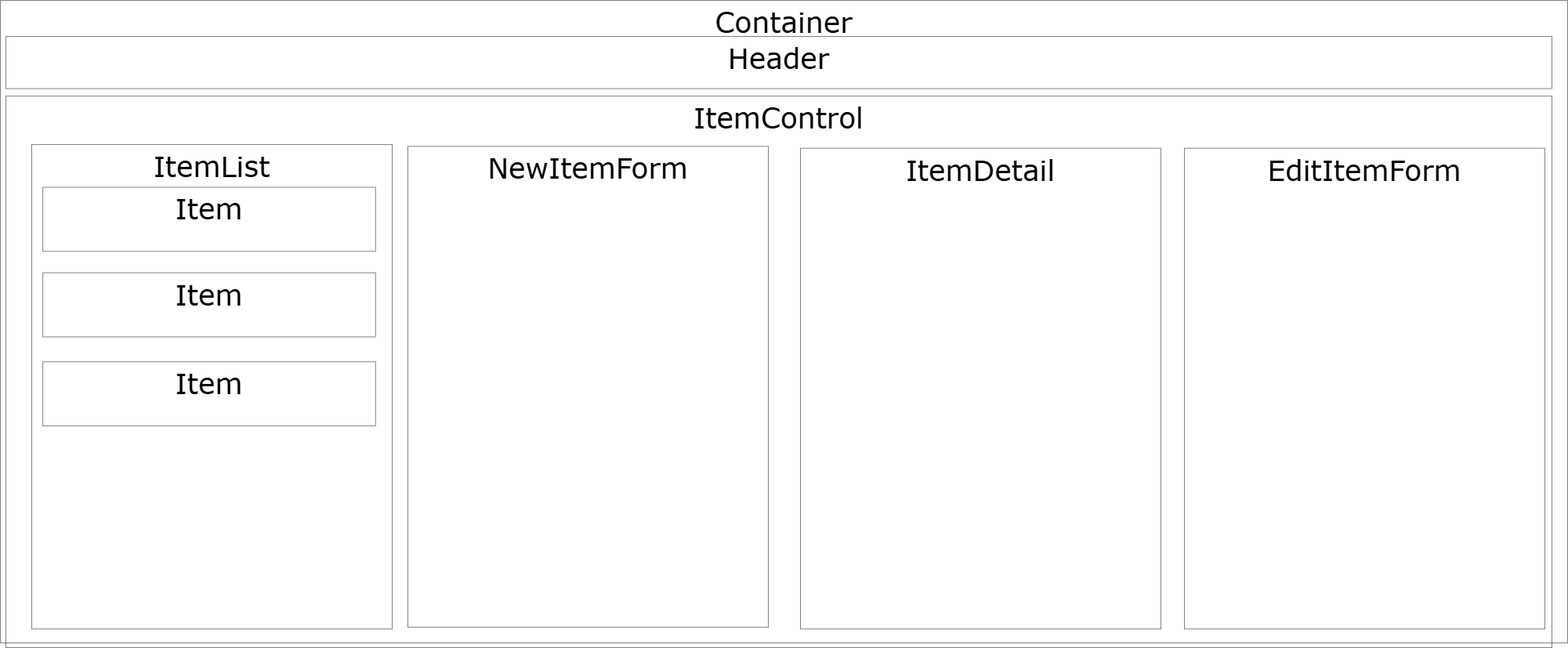
Earlier version of the draw.io export component-diagram.png (Hoomee90/merch-site). Source tidied: cells renumbered, new cells last; positions are measured from the earlier drawing's top-left corner, leaving out a move shared by most shapes. Source of this version:
```xml
<mxGraphModel background="#ffffff">
  <root>
    <mxCell id="0" />
    <mxCell id="1" parent="0" />
    <mxCell id="2" value="Header" style="rounded=0;whiteSpace=wrap;html=1;verticalAlign=top;fontSize=36;fontStyle=0;fontFamily=Verdana;horizontal=1;fillColor=default;opacity=50;" parent="1" vertex="1">
      <mxGeometry x="7" y="46" width="1973" height="66.6" as="geometry" />
    </mxCell>
    <mxCell id="3" value="ItemControl" style="rounded=0;whiteSpace=wrap;html=1;opacity=50;strokeColor=default;align=center;verticalAlign=top;fontFamily=Verdana;fontSize=36;fontColor=default;fontStyle=0;fillColor=default;" parent="1" vertex="1">
      <mxGeometry x="7" y="122.1" width="1973" height="703.9" as="geometry" />
    </mxCell>
    <mxCell id="4" style="group;" parent="1" vertex="1">
      <mxGeometry x="40" y="183.9" width="460" height="618.3" as="geometry" />
    </mxCell>
    <mxCell id="5" value="ItemList" style="rounded=0;whiteSpace=wrap;html=1;opacity=50;strokeColor=default;align=center;verticalAlign=top;fontFamily=Verdana;fontSize=36;fontColor=default;fontStyle=0;fillColor=default;" parent="4" vertex="1">
      <mxGeometry width="460" height="618.3" as="geometry" />
    </mxCell>
    <mxCell id="6" value="Item" style="rounded=0;whiteSpace=wrap;html=1;opacity=50;strokeColor=default;align=center;verticalAlign=top;fontFamily=Verdana;fontSize=36;fontColor=default;fontStyle=0;fillColor=default;" parent="4" vertex="1">
      <mxGeometry x="14.2" y="54.6" width="424.6" height="81.8" as="geometry" />
    </mxCell>
    <mxCell id="7" value="Item" style="rounded=0;whiteSpace=wrap;html=1;opacity=50;strokeColor=default;align=center;verticalAlign=top;fontFamily=Verdana;fontSize=36;fontColor=default;fontStyle=0;fillColor=default;" parent="4" vertex="1">
      <mxGeometry x="14.2" y="163.7" width="424.6" height="81.8" as="geometry" />
    </mxCell>
    <mxCell id="8" value="Item" style="rounded=0;whiteSpace=wrap;html=1;opacity=50;strokeColor=default;align=center;verticalAlign=top;fontFamily=Verdana;fontSize=36;fontColor=default;fontStyle=0;fillColor=default;" parent="4" vertex="1">
      <mxGeometry x="14.2" y="277.3" width="424.6" height="81.8" as="geometry" />
    </mxCell>
    <mxCell id="9" style="group;" parent="1" vertex="1">
      <mxGeometry x="1021" y="188.7" width="460" height="613.5" as="geometry" />
    </mxCell>
    <mxCell id="10" value="ItemDetail" style="rounded=0;whiteSpace=wrap;html=1;opacity=50;strokeColor=default;align=center;verticalAlign=top;fontFamily=Verdana;fontSize=36;fontColor=default;fontStyle=0;fillColor=default;" parent="9" vertex="1">
      <mxGeometry width="460" height="613.5" as="geometry" />
    </mxCell>
    <mxCell id="11" style="group;" parent="1" vertex="1">
      <mxGeometry x="1511" y="188.7" width="460" height="613.5" as="geometry" />
    </mxCell>
    <mxCell id="12" value="EditItemForm" style="rounded=0;whiteSpace=wrap;html=1;opacity=50;strokeColor=default;align=center;verticalAlign=top;fontFamily=Verdana;fontSize=36;fontColor=default;fontStyle=0;fillColor=default;" parent="11" vertex="1">
      <mxGeometry width="460" height="613.5" as="geometry" />
    </mxCell>
    <mxCell id="13" value="NewItemForm" style="rounded=0;whiteSpace=wrap;html=1;opacity=50;strokeColor=default;align=center;verticalAlign=top;fontFamily=Verdana;fontSize=36;fontColor=default;fontStyle=0;fillColor=default;" parent="1" vertex="1">
      <mxGeometry x="520" y="186.3" width="460" height="613.5" as="geometry" />
    </mxCell>
    <mxCell id="14" value="Container" style="rounded=0;whiteSpace=wrap;html=1;opacity=50;strokeColor=default;align=center;verticalAlign=top;fontFamily=Verdana;fontSize=36;fontColor=default;fontStyle=0;fillColor=none;" parent="1" vertex="1">
      <mxGeometry width="2000" height="820" as="geometry" />
    </mxCell>
  </root>
</mxGraphModel>
```
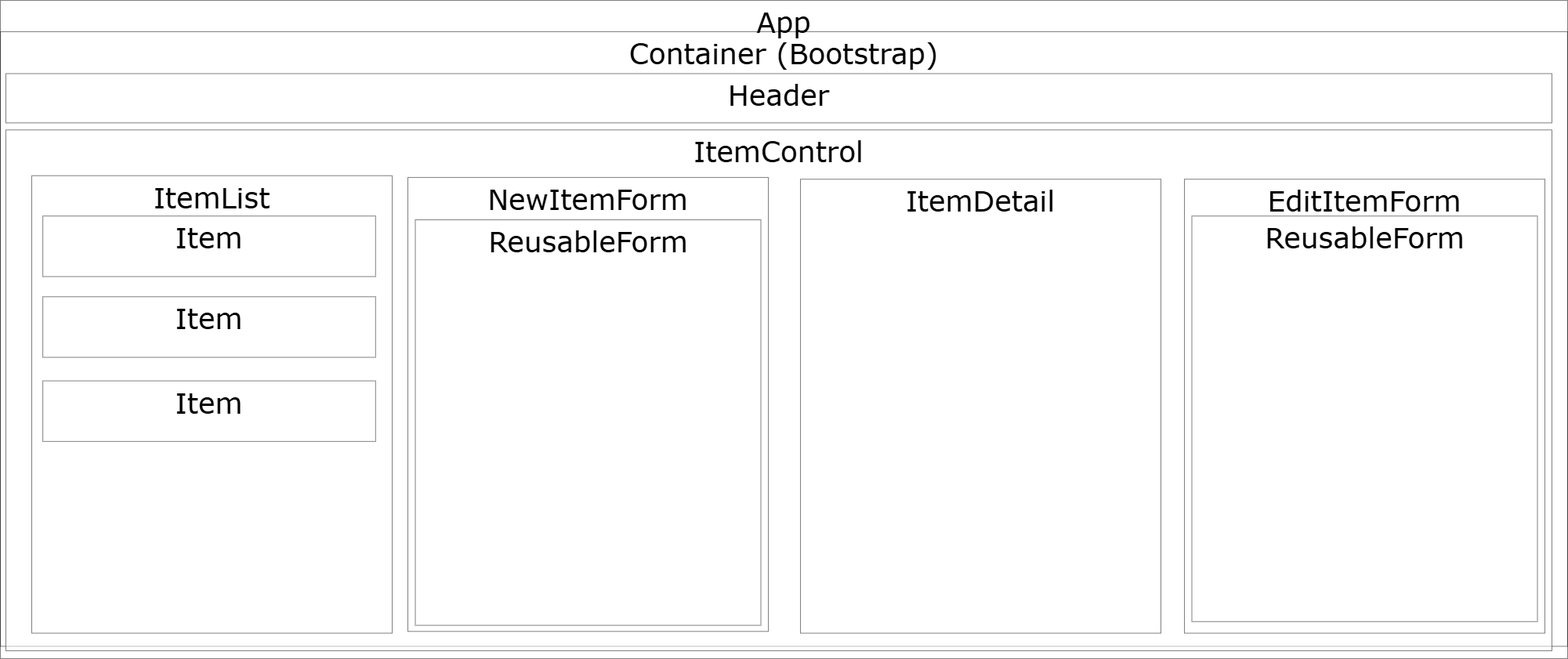
The same file after the commit.

The edit, as a diff of the source:
```diff
@@ -2,44 +2,56 @@
   <root>
     <mxCell id="0" />
     <mxCell id="1" parent="0" />
+    <mxCell id="14" value="Container (Bootstrap)" style="rounded=0;whiteSpace=wrap;html=1;opacity=50;strokeColor=default;align=center;verticalAlign=top;fontFamily=Verdana;fontSize=36;fontColor=default;fontStyle=0;fillColor=none;" parent="1" vertex="1">
+      <mxGeometry y="36" width="2000" height="784.3" as="geometry" />
+    </mxCell>
+    <mxCell id="15" value="App" style="rounded=0;whiteSpace=wrap;html=1;opacity=50;strokeColor=default;align=center;verticalAlign=top;fontFamily=Verdana;fontSize=36;fontColor=default;fontStyle=0;fillColor=none;" parent="1" vertex="1">
+      <mxGeometry y="-4" width="2000" height="840" as="geometry" />
+    </mxCell>
     <mxCell id="2" value="Header" style="rounded=0;whiteSpace=wrap;html=1;verticalAlign=top;fontSize=36;fontStyle=0;fontFamily=Verdana;horizontal=1;fillColor=default;opacity=50;" parent="1" vertex="1">
-      <mxGeometry x="7" y="46" width="1973" height="66.6" as="geometry" />
+      <mxGeometry x="7" y="89.4" width="1973" height="62.9" as="geometry" />
     </mxCell>
     <mxCell id="3" value="ItemControl" style="rounded=0;whiteSpace=wrap;html=1;opacity=50;strokeColor=default;align=center;verticalAlign=top;fontFamily=Verdana;fontSize=36;fontColor=default;fontStyle=0;fillColor=default;" parent="1" vertex="1">
-      <mxGeometry x="7" y="122.1" width="1973" height="703.9" as="geometry" />
+      <mxGeometry x="7" y="161.3" width="1973" height="664.7" as="geometry" />
     </mxCell>
     <mxCell id="4" style="group;" parent="1" vertex="1">
-      <mxGeometry x="40" y="183.9" width="460" height="618.3" as="geometry" />
+      <mxGeometry x="40" y="219.7" width="460" height="583.9" as="geometry" />
     </mxCell>
     <mxCell id="5" value="ItemList" style="rounded=0;whiteSpace=wrap;html=1;opacity=50;strokeColor=default;align=center;verticalAlign=top;fontFamily=Verdana;fontSize=36;fontColor=default;fontStyle=0;fillColor=default;" parent="4" vertex="1">
-      <mxGeometry width="460" height="618.3" as="geometry" />
+      <mxGeometry width="460" height="583.9" as="geometry" />
     </mxCell>
     <mxCell id="6" value="Item" style="rounded=0;whiteSpace=wrap;html=1;opacity=50;strokeColor=default;align=center;verticalAlign=top;fontFamily=Verdana;fontSize=36;fontColor=default;fontStyle=0;fillColor=default;" parent="4" vertex="1">
-      <mxGeometry x="14.2" y="54.6" width="424.6" height="81.8" as="geometry" />
+      <mxGeometry x="14.2" y="51.5" width="424.6" height="77.3" as="geometry" />
     </mxCell>
     <mxCell id="7" value="Item" style="rounded=0;whiteSpace=wrap;html=1;opacity=50;strokeColor=default;align=center;verticalAlign=top;fontFamily=Verdana;fontSize=36;fontColor=default;fontStyle=0;fillColor=default;" parent="4" vertex="1">
-      <mxGeometry x="14.2" y="163.7" width="424.6" height="81.8" as="geometry" />
+      <mxGeometry x="14.2" y="154.6" width="424.6" height="77.3" as="geometry" />
     </mxCell>
     <mxCell id="8" value="Item" style="rounded=0;whiteSpace=wrap;html=1;opacity=50;strokeColor=default;align=center;verticalAlign=top;fontFamily=Verdana;fontSize=36;fontColor=default;fontStyle=0;fillColor=default;" parent="4" vertex="1">
-      <mxGeometry x="14.2" y="277.3" width="424.6" height="81.8" as="geometry" />
+      <mxGeometry x="14.2" y="261.9" width="424.6" height="77.3" as="geometry" />
     </mxCell>
     <mxCell id="9" style="group;" parent="1" vertex="1">
-      <mxGeometry x="1021" y="188.7" width="460" height="613.5" as="geometry" />
+      <mxGeometry x="1021" y="224.2" width="460" height="579.4" as="geometry" />
     </mxCell>
     <mxCell id="10" value="ItemDetail" style="rounded=0;whiteSpace=wrap;html=1;opacity=50;strokeColor=default;align=center;verticalAlign=top;fontFamily=Verdana;fontSize=36;fontColor=default;fontStyle=0;fillColor=default;" parent="9" vertex="1">
-      <mxGeometry width="460" height="613.5" as="geometry" />
+      <mxGeometry width="460" height="579.4" as="geometry" />
     </mxCell>
     <mxCell id="11" style="group;" parent="1" vertex="1">
-      <mxGeometry x="1511" y="188.7" width="460" height="613.5" as="geometry" />
+      <mxGeometry x="1511" y="224.2" width="460" height="579.4" as="geometry" />
     </mxCell>
     <mxCell id="12" value="EditItemForm" style="rounded=0;whiteSpace=wrap;html=1;opacity=50;strokeColor=default;align=center;verticalAlign=top;fontFamily=Verdana;fontSize=36;fontColor=default;fontStyle=0;fillColor=default;" parent="11" vertex="1">
-      <mxGeometry width="460" height="613.5" as="geometry" />
+      <mxGeometry width="460" height="579.4" as="geometry" />
     </mxCell>
+    <mxCell id="16" style="group;" parent="11" vertex="1">
+      <mxGeometry x="9.5" y="47" width="441" height="517.5" as="geometry" />
+    </mxCell>
+    <mxCell id="17" value="ReusableForm" style="rounded=0;whiteSpace=wrap;html=1;opacity=50;strokeColor=default;align=center;verticalAlign=top;fontFamily=Verdana;fontSize=36;fontColor=default;fontStyle=0;fillColor=default;" parent="16" vertex="1">
+      <mxGeometry width="441" height="517.5" as="geometry" />
+    </mxCell>
     <mxCell id="13" value="NewItemForm" style="rounded=0;whiteSpace=wrap;html=1;opacity=50;strokeColor=default;align=center;verticalAlign=top;fontFamily=Verdana;fontSize=36;fontColor=default;fontStyle=0;fillColor=default;" parent="1" vertex="1">
-      <mxGeometry x="520" y="186.3" width="460" height="613.5" as="geometry" />
+      <mxGeometry x="520" y="221.9" width="460" height="579.4" as="geometry" />
     </mxCell>
-    <mxCell id="14" value="Container" style="rounded=0;whiteSpace=wrap;html=1;opacity=50;strokeColor=default;align=center;verticalAlign=top;fontFamily=Verdana;fontSize=36;fontColor=default;fontStyle=0;fillColor=none;" parent="1" vertex="1">
-      <mxGeometry width="2000" height="820" as="geometry" />
-    </mxCell>
+    <mxCell id="18" value="ReusableForm" style="rounded=0;whiteSpace=wrap;html=1;opacity=50;strokeColor=default;align=center;verticalAlign=top;fontFamily=Verdana;fontSize=36;fontColor=default;fontStyle=0;fillColor=default;" parent="1" vertex="1">
+      <mxGeometry x="529.5" y="276" width="441" height="517.5" as="geometry" />
+    </mxCell>
   </root>
 </mxGraphModel>
```
